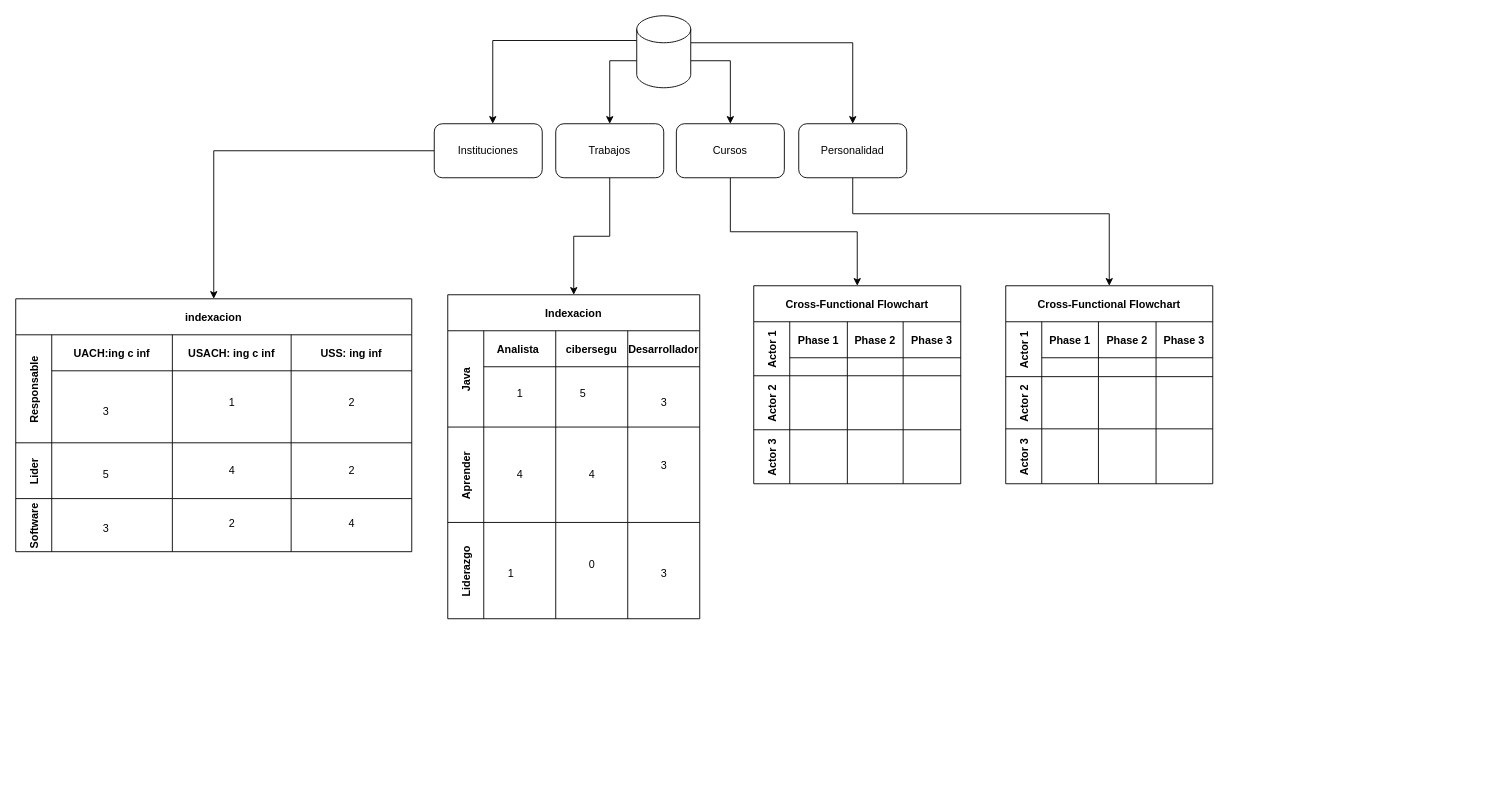
The draw.io diagram Untitled Diagram.drawio in Diego-c-8/thesis, before the edit. Source tidied: cells renumbered, new cells numbered last; positions are measured from the earlier drawing's top-left corner, leaving out a move shared by most shapes. Both pictures are drawn from the tidied source at 90%, with x=0, y=0 at pixel (15, 15).
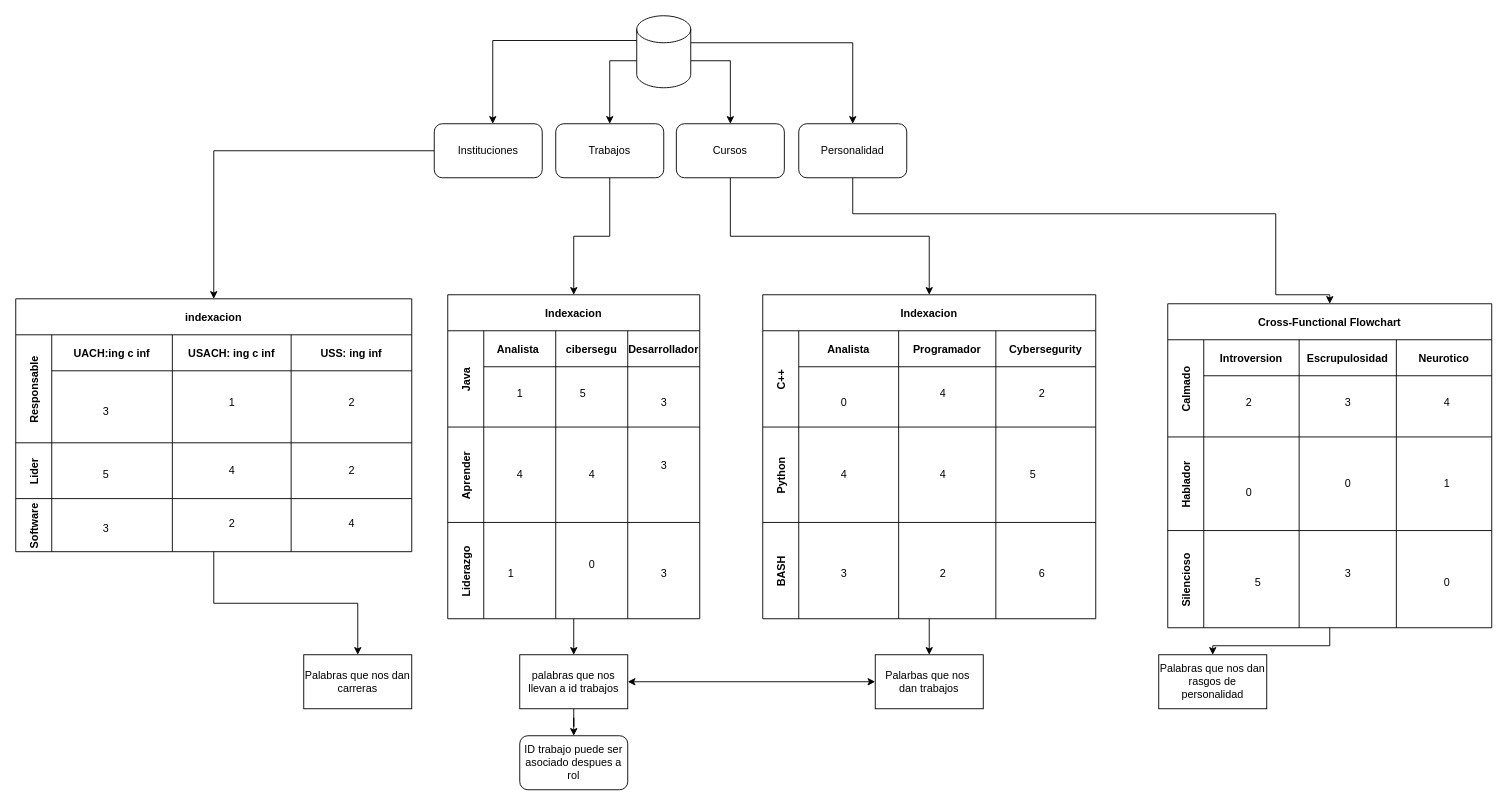
The same diagram, later.

The change refers to these unchanged cells:
```xml
<mxCell id="10" value="Personalidad" style="rounded=1;whiteSpace=wrap;html=1;" parent="1" vertex="1">
  <mxGeometry x="870" y="120" width="120" height="60" as="geometry" />
</mxCell>
<mxCell id="15" value="Indexacion" style="shape=table;childLayout=tableLayout;startSize=40;fontStyle=1;" parent="1" vertex="1">
  <mxGeometry x="480" y="310" width="280" height="360" as="geometry" />
</mxCell>
<mxCell id="55" value="indexacion" style="shape=table;childLayout=tableLayout;startSize=40;fontStyle=1;" parent="1" vertex="1">
  <mxGeometry y="314.5" width="440" height="281" as="geometry" />
</mxCell>
```

Change to the diagram source:
```diff
@@
     <mxCell id="9" style="edgeStyle=orthogonalEdgeStyle;rounded=0;jettySize=auto;html=1;entryX=0.5;entryY=0;entryDx=0;entryDy=0;" parent="1" edge="1" source="10" target="42">
       <mxGeometry relative="1" as="geometry">
         <Array as="points">
           <mxPoint x="930" y="220" />
-          <mxPoint x="1215" y="220" />
+          <mxPoint x="1400" y="220" />
+          <mxPoint x="1400" y="310" />
         </Array>
       </mxGeometry>
     </mxCell>
@@
+    <mxCell id="85" style="edgeStyle=orthogonalEdgeStyle;rounded=0;jettySize=auto;html=1;startArrow=none;startFill=0;endArrow=classic;endFill=1;" parent="1" edge="1" source="15" target="108">
+      <mxGeometry relative="1" as="geometry" />
+    </mxCell>
@@
+    <mxCell id="86" style="edgeStyle=orthogonalEdgeStyle;rounded=0;jettySize=auto;html=1;startArrow=none;startFill=0;endArrow=classic;endFill=1;" parent="1" edge="1" source="29" target="111">
+      <mxGeometry relative="1" as="geometry" />
+    </mxCell>
-    <mxCell id="29" value="Cross-Functional Flowchart" style="shape=table;childLayout=tableLayout;startSize=40;fontStyle=1;" parent="1" vertex="1">
-      <mxGeometry x="820" y="300" width="230" height="220" as="geometry" />
+    <mxCell id="29" value="Indexacion" style="shape=table;childLayout=tableLayout;startSize=40;fontStyle=1;" parent="1" vertex="1">
+      <mxGeometry x="830" y="310" width="370" height="360" as="geometry" />
     </mxCell>
-    <mxCell id="30" value="Actor 1" style="shape=tableRow;horizontal=0;startSize=40;swimlaneHead=0;swimlaneBody=0;top=0;left=0;bottom=0;right=0;fillColor=none;fontStyle=1;" parent="29" vertex="1">
-      <mxGeometry y="40" width="230" height="60" as="geometry" />
+    <mxCell id="30" value="C++" style="shape=tableRow;horizontal=0;startSize=40;swimlaneHead=0;swimlaneBody=0;top=0;left=0;bottom=0;right=0;fillColor=none;fontStyle=1;" parent="29" vertex="1">
+      <mxGeometry y="40" width="370" height="107" as="geometry" />
     </mxCell>
-    <mxCell id="31" value="Phase 1" style="swimlane;swimlaneHead=0;swimlaneBody=0;fontStyle=0;fillColor=none;startSize=40;fontStyle=1;" parent="30" vertex="1">
-      <mxGeometry x="40" width="64" height="60" as="geometry" />
+    <mxCell id="31" value="Analista" style="swimlane;swimlaneHead=0;swimlaneBody=0;fontStyle=0;fillColor=none;startSize=40;fontStyle=1;" parent="30" vertex="1">
+      <mxGeometry x="40" width="111" height="107" as="geometry" />
     </mxCell>
-    <mxCell id="32" value="Phase 2" style="swimlane;swimlaneHead=0;swimlaneBody=0;fontStyle=0;fillColor=none;startSize=40;fontStyle=1;" parent="30" vertex="1">
-      <mxGeometry x="104" width="62" height="60" as="geometry" />
+    <mxCell id="32" value="Programador" style="swimlane;swimlaneHead=0;swimlaneBody=0;fontStyle=0;fillColor=none;startSize=40;fontStyle=1;" parent="30" vertex="1">
+      <mxGeometry x="151" width="108" height="107" as="geometry" />
     </mxCell>
-    <mxCell id="33" value="Phase 3" style="swimlane;swimlaneHead=0;swimlaneBody=0;fontStyle=0;fillColor=none;startSize=40;fontStyle=1;" parent="30" vertex="1">
-      <mxGeometry x="166" width="64" height="60" as="geometry" />
+    <mxCell id="33" value="Cybersegurity" style="swimlane;swimlaneHead=0;swimlaneBody=0;fontStyle=0;fillColor=none;startSize=40;fontStyle=1;" parent="30" vertex="1">
+      <mxGeometry x="259" width="111" height="107" as="geometry" />
     </mxCell>
-    <mxCell id="34" value="Actor 2" style="shape=tableRow;horizontal=0;startSize=40;swimlaneHead=0;swimlaneBody=0;top=0;left=0;bottom=0;right=0;fillColor=none;fontStyle=1;" parent="29" vertex="1">
-      <mxGeometry y="100" width="230" height="60" as="geometry" />
+    <mxCell id="34" value="Python" style="shape=tableRow;horizontal=0;startSize=40;swimlaneHead=0;swimlaneBody=0;top=0;left=0;bottom=0;right=0;fillColor=none;fontStyle=1;" parent="29" vertex="1">
+      <mxGeometry y="147" width="370" height="106" as="geometry" />
     </mxCell>
     <mxCell id="35" style="swimlane;swimlaneHead=0;swimlaneBody=0;fontStyle=0;fillColor=none;startSize=0;fontStyle=1;" parent="34" vertex="1">
-      <mxGeometry x="40" width="64" height="60" as="geometry" />
+      <mxGeometry x="40" width="111" height="106" as="geometry" />
     </mxCell>
     <mxCell id="36" style="swimlane;swimlaneHead=0;swimlaneBody=0;fontStyle=0;fillColor=none;startSize=0;fontStyle=1;" parent="34" vertex="1">
-      <mxGeometry x="104" width="62" height="60" as="geometry" />
+      <mxGeometry x="151" width="108" height="106" as="geometry" />
     </mxCell>
     <mxCell id="37" style="swimlane;swimlaneHead=0;swimlaneBody=0;fontStyle=0;fillColor=none;startSize=0;fontStyle=1;" parent="34" vertex="1">
-      <mxGeometry x="166" width="64" height="60" as="geometry" />
+      <mxGeometry x="259" width="111" height="106" as="geometry" />
     </mxCell>
-    <mxCell id="38" value="Actor 3" style="shape=tableRow;horizontal=0;startSize=40;swimlaneHead=0;swimlaneBody=0;top=0;left=0;bottom=0;right=0;fillColor=none;fontStyle=1;" parent="29" vertex="1">
-      <mxGeometry y="160" width="230" height="60" as="geometry" />
+    <mxCell id="38" value="BASH" style="shape=tableRow;horizontal=0;startSize=40;swimlaneHead=0;swimlaneBody=0;top=0;left=0;bottom=0;right=0;fillColor=none;fontStyle=1;" parent="29" vertex="1">
+      <mxGeometry y="253" width="370" height="107" as="geometry" />
     </mxCell>
     <mxCell id="39" style="swimlane;swimlaneHead=0;swimlaneBody=0;fontStyle=0;fillColor=none;startSize=0;fontStyle=1;" parent="38" vertex="1">
-      <mxGeometry x="40" width="64" height="60" as="geometry" />
+      <mxGeometry x="40" width="111" height="107" as="geometry" />
     </mxCell>
     <mxCell id="40" style="swimlane;swimlaneHead=0;swimlaneBody=0;fontStyle=0;fillColor=none;startSize=0;fontStyle=1;" parent="38" vertex="1">
-      <mxGeometry x="104" width="62" height="60" as="geometry" />
+      <mxGeometry x="151" width="108" height="107" as="geometry" />
     </mxCell>
     <mxCell id="41" style="swimlane;swimlaneHead=0;swimlaneBody=0;fontStyle=0;fillColor=none;startSize=0;fontStyle=1;" parent="38" vertex="1">
-      <mxGeometry x="166" width="64" height="60" as="geometry" />
+      <mxGeometry x="259" width="111" height="107" as="geometry" />
     </mxCell>
+    <mxCell id="87" style="edgeStyle=orthogonalEdgeStyle;rounded=0;jettySize=auto;html=1;startArrow=none;startFill=0;endArrow=classic;endFill=1;" parent="1" edge="1" source="42" target="113">
+      <mxGeometry relative="1" as="geometry" />
+    </mxCell>
     <mxCell id="42" value="Cross-Functional Flowchart" style="shape=table;childLayout=tableLayout;startSize=40;fontStyle=1;" parent="1" vertex="1">
-      <mxGeometry x="1100" y="300" width="230" height="220" as="geometry" />
+      <mxGeometry x="1280" y="320" width="360" height="360" as="geometry" />
     </mxCell>
-    <mxCell id="43" value="Actor 1" style="shape=tableRow;horizontal=0;startSize=40;swimlaneHead=0;swimlaneBody=0;top=0;left=0;bottom=0;right=0;fillColor=none;fontStyle=1;" parent="42" vertex="1">
-      <mxGeometry y="40" width="230" height="61" as="geometry" />
+    <mxCell id="43" value="Calmado" style="shape=tableRow;horizontal=0;startSize=40;swimlaneHead=0;swimlaneBody=0;top=0;left=0;bottom=0;right=0;fillColor=none;fontStyle=1;" parent="42" vertex="1">
+      <mxGeometry y="40" width="360" height="108" as="geometry" />
     </mxCell>
-    <mxCell id="44" value="Phase 1" style="swimlane;swimlaneHead=0;swimlaneBody=0;fontStyle=0;fillColor=none;startSize=40;fontStyle=1;" parent="43" vertex="1">
-      <mxGeometry x="40" width="63" height="61" as="geometry" />
+    <mxCell id="44" value="Introversion" style="swimlane;swimlaneHead=0;swimlaneBody=0;fontStyle=0;fillColor=none;startSize=40;fontStyle=1;" parent="43" vertex="1">
+      <mxGeometry x="40" width="106" height="108" as="geometry" />
     </mxCell>
-    <mxCell id="45" value="Phase 2" style="swimlane;swimlaneHead=0;swimlaneBody=0;fontStyle=0;fillColor=none;startSize=40;fontStyle=1;" parent="43" vertex="1">
-      <mxGeometry x="103" width="64" height="61" as="geometry" />
+    <mxCell id="45" value="Escrupulosidad" style="swimlane;swimlaneHead=0;swimlaneBody=0;fontStyle=0;fillColor=none;startSize=40;fontStyle=1;" parent="43" vertex="1">
+      <mxGeometry x="146" width="108" height="108" as="geometry" />
     </mxCell>
-    <mxCell id="46" value="Phase 3" style="swimlane;swimlaneHead=0;swimlaneBody=0;fontStyle=0;fillColor=none;startSize=40;fontStyle=1;" parent="43" vertex="1">
-      <mxGeometry x="167" width="63" height="61" as="geometry" />
+    <mxCell id="46" value="Neurotico" style="swimlane;swimlaneHead=0;swimlaneBody=0;fontStyle=0;fillColor=none;startSize=40;fontStyle=1;" parent="43" vertex="1">
+      <mxGeometry x="254" width="106" height="108" as="geometry" />
     </mxCell>
-    <mxCell id="47" value="Actor 2" style="shape=tableRow;horizontal=0;startSize=40;swimlaneHead=0;swimlaneBody=0;top=0;left=0;bottom=0;right=0;fillColor=none;fontStyle=1;" parent="42" vertex="1">
-      <mxGeometry y="101" width="230" height="58" as="geometry" />
+    <mxCell id="47" value="Hablador" style="shape=tableRow;horizontal=0;startSize=40;swimlaneHead=0;swimlaneBody=0;top=0;left=0;bottom=0;right=0;fillColor=none;fontStyle=1;" parent="42" vertex="1">
+      <mxGeometry y="148" width="360" height="104" as="geometry" />
     </mxCell>
     <mxCell id="48" style="swimlane;swimlaneHead=0;swimlaneBody=0;fontStyle=0;fillColor=none;startSize=0;fontStyle=1;" parent="47" vertex="1">
-      <mxGeometry x="40" width="63" height="58" as="geometry" />
+      <mxGeometry x="40" width="106" height="104" as="geometry" />
     </mxCell>
     <mxCell id="49" style="swimlane;swimlaneHead=0;swimlaneBody=0;fontStyle=0;fillColor=none;startSize=0;fontStyle=1;" parent="47" vertex="1">
-      <mxGeometry x="103" width="64" height="58" as="geometry" />
+      <mxGeometry x="146" width="108" height="104" as="geometry" />
     </mxCell>
     <mxCell id="50" style="swimlane;swimlaneHead=0;swimlaneBody=0;fontStyle=0;fillColor=none;startSize=0;fontStyle=1;" parent="47" vertex="1">
-      <mxGeometry x="167" width="63" height="58" as="geometry" />
+      <mxGeometry x="254" width="106" height="104" as="geometry" />
     </mxCell>
-    <mxCell id="51" value="Actor 3" style="shape=tableRow;horizontal=0;startSize=40;swimlaneHead=0;swimlaneBody=0;top=0;left=0;bottom=0;right=0;fillColor=none;fontStyle=1;" parent="42" vertex="1">
-      <mxGeometry y="159" width="230" height="61" as="geometry" />
+    <mxCell id="51" value="Silencioso" style="shape=tableRow;horizontal=0;startSize=40;swimlaneHead=0;swimlaneBody=0;top=0;left=0;bottom=0;right=0;fillColor=none;fontStyle=1;" parent="42" vertex="1">
+      <mxGeometry y="252" width="360" height="108" as="geometry" />
     </mxCell>
     <mxCell id="52" style="swimlane;swimlaneHead=0;swimlaneBody=0;fontStyle=0;fillColor=none;startSize=0;fontStyle=1;" parent="51" vertex="1">
-      <mxGeometry x="40" width="63" height="61" as="geometry" />
+      <mxGeometry x="40" width="106" height="108" as="geometry" />
     </mxCell>
     <mxCell id="53" style="swimlane;swimlaneHead=0;swimlaneBody=0;fontStyle=0;fillColor=none;startSize=0;fontStyle=1;" parent="51" vertex="1">
-      <mxGeometry x="103" width="64" height="61" as="geometry" />
+      <mxGeometry x="146" width="108" height="108" as="geometry" />
     </mxCell>
     <mxCell id="54" style="swimlane;swimlaneHead=0;swimlaneBody=0;fontStyle=0;fillColor=none;startSize=0;fontStyle=1;" parent="51" vertex="1">
-      <mxGeometry x="167" width="63" height="61" as="geometry" />
+      <mxGeometry x="254" width="106" height="108" as="geometry" />
     </mxCell>
+    <mxCell id="88" style="edgeStyle=orthogonalEdgeStyle;rounded=0;jettySize=auto;html=1;startArrow=none;startFill=0;endArrow=classic;endFill=1;" parent="1" edge="1" source="55" target="112">
+      <mxGeometry relative="1" as="geometry" />
+    </mxCell>
@@
+    <mxCell id="89" value="0" style="text;html=1;align=center;verticalAlign=middle;strokeColor=none;fillColor=none;" parent="1" vertex="1">
+      <mxGeometry x="910" y="420" width="20" height="20" as="geometry" />
+    </mxCell>
+    <mxCell id="90" value="4" style="text;html=1;align=center;verticalAlign=middle;strokeColor=none;fillColor=none;" parent="1" vertex="1">
+      <mxGeometry x="1020" y="410" width="20" height="20" as="geometry" />
+    </mxCell>
+    <mxCell id="91" value="2" style="text;html=1;align=center;verticalAlign=middle;strokeColor=none;fillColor=none;" parent="1" vertex="1">
+      <mxGeometry x="1130" y="410" width="20" height="20" as="geometry" />
+    </mxCell>
+    <mxCell id="92" value="6" style="text;html=1;align=center;verticalAlign=middle;strokeColor=none;fillColor=none;" parent="1" vertex="1">
+      <mxGeometry x="1130" y="610" width="20" height="20" as="geometry" />
+    </mxCell>
+    <mxCell id="93" value="2" style="text;html=1;align=center;verticalAlign=middle;strokeColor=none;fillColor=none;" parent="1" vertex="1">
+      <mxGeometry x="1020" y="610" width="20" height="20" as="geometry" />
+    </mxCell>
+    <mxCell id="94" value="3" style="text;html=1;align=center;verticalAlign=middle;strokeColor=none;fillColor=none;" parent="1" vertex="1">
+      <mxGeometry x="910" y="610" width="20" height="20" as="geometry" />
+    </mxCell>
+    <mxCell id="95" value="4" style="text;html=1;align=center;verticalAlign=middle;strokeColor=none;fillColor=none;" parent="1" vertex="1">
+      <mxGeometry x="910" y="500" width="20" height="20" as="geometry" />
+    </mxCell>
+    <mxCell id="96" value="4" style="text;html=1;align=center;verticalAlign=middle;strokeColor=none;fillColor=none;" parent="1" vertex="1">
+      <mxGeometry x="1020" y="500" width="20" height="20" as="geometry" />
+    </mxCell>
+    <mxCell id="97" value="5" style="text;html=1;align=center;verticalAlign=middle;strokeColor=none;fillColor=none;" parent="1" vertex="1">
+      <mxGeometry x="1120" y="500" width="20" height="20" as="geometry" />
+    </mxCell>
+    <mxCell id="98" value="3" style="text;html=1;align=center;verticalAlign=middle;strokeColor=none;fillColor=none;" parent="1" vertex="1">
+      <mxGeometry x="1470" y="420" width="20" height="20" as="geometry" />
+    </mxCell>
+    <mxCell id="99" value="2" style="text;html=1;align=center;verticalAlign=middle;strokeColor=none;fillColor=none;" parent="1" vertex="1">
+      <mxGeometry x="1360" y="420" width="20" height="20" as="geometry" />
+    </mxCell>
+    <mxCell id="100" value="4" style="text;html=1;align=center;verticalAlign=middle;strokeColor=none;fillColor=none;" parent="1" vertex="1">
+      <mxGeometry x="1580" y="420" width="20" height="20" as="geometry" />
+    </mxCell>
+    <mxCell id="101" value="0" style="text;html=1;align=center;verticalAlign=middle;strokeColor=none;fillColor=none;" parent="1" vertex="1">
+      <mxGeometry x="1360" y="520" width="20" height="20" as="geometry" />
+    </mxCell>
+    <mxCell id="102" value="0" style="text;html=1;align=center;verticalAlign=middle;strokeColor=none;fillColor=none;" parent="1" vertex="1">
+      <mxGeometry x="1470" y="510" width="20" height="20" as="geometry" />
+    </mxCell>
+    <mxCell id="103" value="1" style="text;html=1;align=center;verticalAlign=middle;strokeColor=none;fillColor=none;" parent="1" vertex="1">
+      <mxGeometry x="1580" y="510" width="20" height="20" as="geometry" />
+    </mxCell>
+    <mxCell id="104" value="5" style="text;html=1;align=center;verticalAlign=middle;strokeColor=none;fillColor=none;" parent="1" vertex="1">
+      <mxGeometry x="1370" y="620" width="20" height="20" as="geometry" />
+    </mxCell>
+    <mxCell id="105" value="3" style="text;html=1;align=center;verticalAlign=middle;strokeColor=none;fillColor=none;" parent="1" vertex="1">
+      <mxGeometry x="1470" y="610" width="20" height="20" as="geometry" />
+    </mxCell>
+    <mxCell id="106" value="0" style="text;html=1;align=center;verticalAlign=middle;strokeColor=none;fillColor=none;" parent="1" vertex="1">
+      <mxGeometry x="1580" y="620" width="20" height="20" as="geometry" />
+    </mxCell>
+    <mxCell id="107" style="edgeStyle=orthogonalEdgeStyle;rounded=0;jettySize=auto;html=1;startArrow=none;startFill=0;endArrow=classic;endFill=1;" parent="1" edge="1" source="108" target="109">
+      <mxGeometry relative="1" as="geometry" />
+    </mxCell>
+    <mxCell id="108" value="palabras que nos llevan a id trabajos" style="rounded=0;whiteSpace=wrap;html=1;" parent="1" vertex="1">
+      <mxGeometry x="560" y="710" width="120" height="60" as="geometry" />
+    </mxCell>
+    <mxCell id="109" value="ID trabajo puede ser asociado despues a rol" style="rounded=1;whiteSpace=wrap;html=1;" parent="1" vertex="1">
+      <mxGeometry x="560" y="800" width="120" height="60" as="geometry" />
+    </mxCell>
+    <mxCell id="110" style="edgeStyle=orthogonalEdgeStyle;rounded=0;jettySize=auto;html=1;entryX=1;entryY=0.5;entryDx=0;entryDy=0;startArrow=classic;startFill=1;endArrow=classic;endFill=1;" parent="1" edge="1" source="111" target="108">
+      <mxGeometry relative="1" as="geometry" />
+    </mxCell>
+    <mxCell id="111" value="Palarbas que nos&amp;nbsp; dan trabajos" style="rounded=0;whiteSpace=wrap;html=1;" parent="1" vertex="1">
+      <mxGeometry x="955" y="710" width="120" height="60" as="geometry" />
+    </mxCell>
+    <mxCell id="112" value="Palabras que nos dan carreras" style="rounded=0;whiteSpace=wrap;html=1;" parent="1" vertex="1">
+      <mxGeometry x="320" y="710" width="120" height="60" as="geometry" />
+    </mxCell>
+    <mxCell id="113" value="Palabras que nos dan rasgos de personalidad" style="rounded=0;whiteSpace=wrap;html=1;" parent="1" vertex="1">
+      <mxGeometry x="1270" y="710" width="120" height="60" as="geometry" />
+    </mxCell>
```
